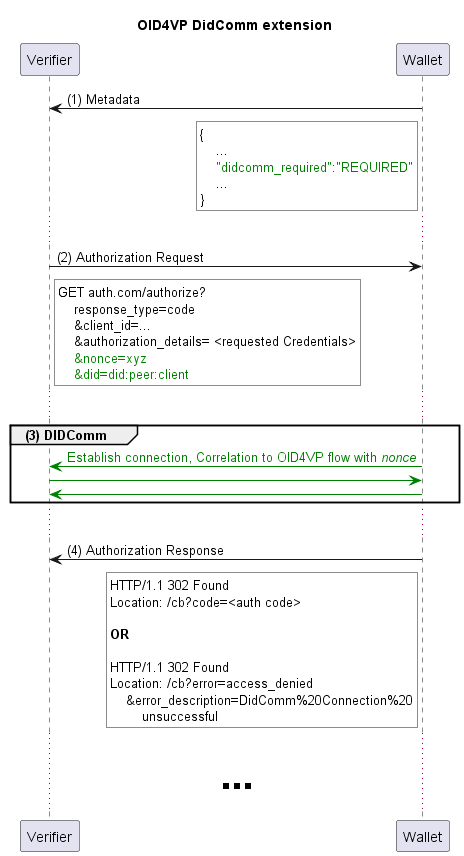
Above: Diagramme/oid4vp_didcomm_midconnection.png in IDunion/OpenIDIDComm (PlantUML), before the change.
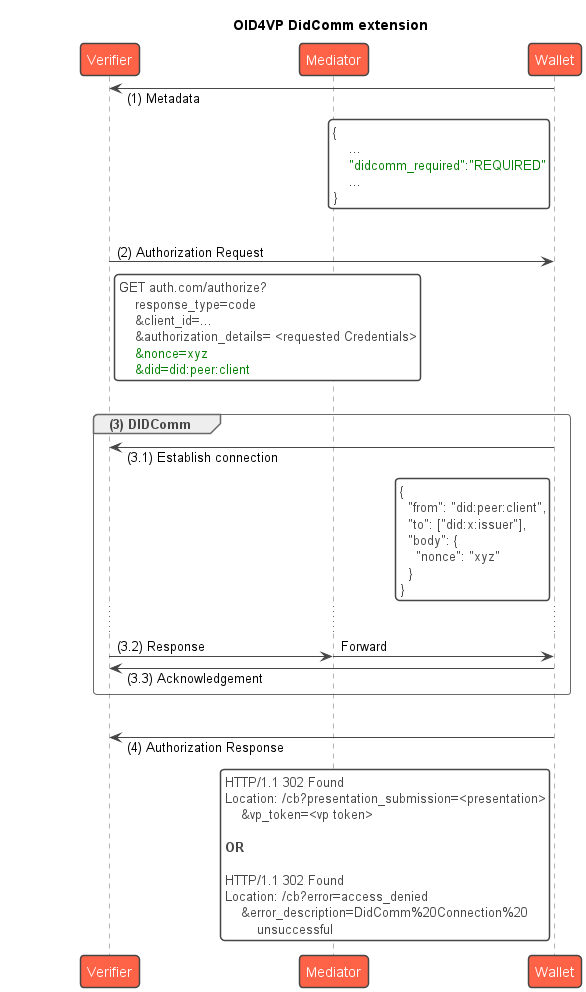
The same diagram one commit later.

Commit message:
OID4VP In-Stream Diagramm visuell angepasst

Change to the diagram source:
```diff
@@ -1,9 +1,17 @@
 @startuml
+!theme vibrant
+!pragma teoz true
+
 title "OID4VP DidComm extension"
-participant Verifier
-participant Wallet
+participant Verifier order 1
+participant Mediator order 2
+participant Wallet order 3
+
+skinparam ParticipantPadding 75
+skinparam responseMessageBelowArrow true
 
 autonumber "(0)"
+
 Wallet -> Verifier: Metadata
 rnote left of Wallet #FFFFFF
 {
@@ -12,7 +20,9 @@
     ...
 }
 end rnote
-...
+
+
+|||
 Verifier -> Wallet: Authorization Request
 rnote right of Verifier #FFFFFF
 GET auth.com/authorize?
@@ -23,18 +33,34 @@
     <color green>&did=did:peer:client</color>
 end rnote
 autonumber stop
+
+
+|||
+group **(3) DIDComm**
+Wallet -> Verifier: (3.1) Establish connection
+rnote left of Wallet #FFFFFF
+{
+  "from": "did:peer:client",
+  "to": ["did:x:issuer"],
+  "body": {
+    "nonce": "xyz"
+  }
+}
+end rnote
+
 ...
-group **(3) DIDComm**
-Wallet -[#green]> Verifier: <color green>Establish connection, Correlation to OID4VP flow with //nonce//</color>
-Verifier -[#green]> Wallet
-Wallet -[#green]> Verifier
-end
-...
+Verifier -> Mediator: (3.2) Response
+& Mediator -> Wallet: Forward
+Wallet -> Verifier: (3.3) Acknowledgement
+end rnote
+
+|||
 autonumber 4 "(0)"
 Wallet -> Verifier: Authorization Response
 rnote left of Wallet #FFFFFF
 HTTP/1.1 302 Found
-Location: /cb?code=<auth code>
+Location: /cb?presentation_submission=<presentation>
+    &vp_token=<vp token>
 
 **OR**
 
@@ -43,5 +69,4 @@
     &error_description=DidComm%20Connection%20
         unsuccessful
 end rnote
-... **<size:40>...</size>** ...
 @enduml
```
